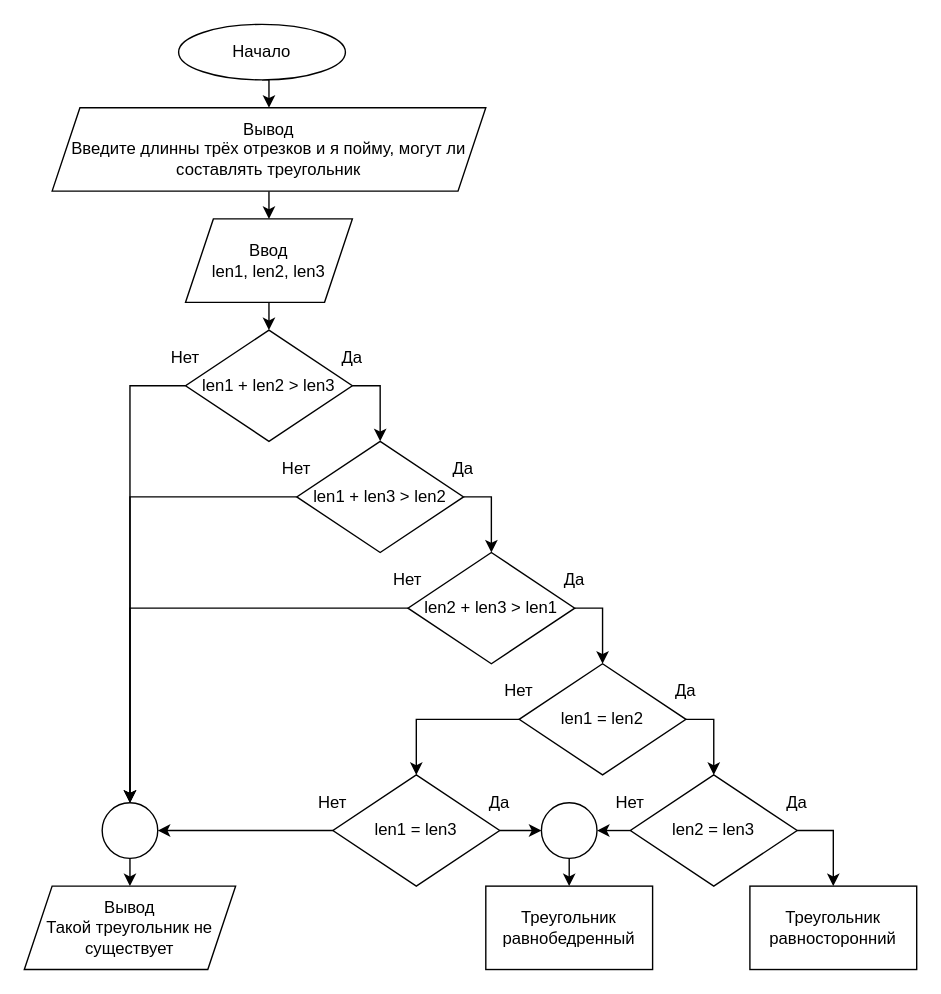
This is page "Task_6" (3 of 4) of HW_1/Untitled Diagram.drawio from grigart97/Algorithms_Python_GB, a draw.io file, before an edit. Source tidied: cells renumbered, new cells numbered last; positions are measured from the earlier drawing's top-left corner, leaving out a move shared by most shapes. Both pictures are drawn from the tidied source at 139%, with x=0, y=0 at pixel (24, 24).
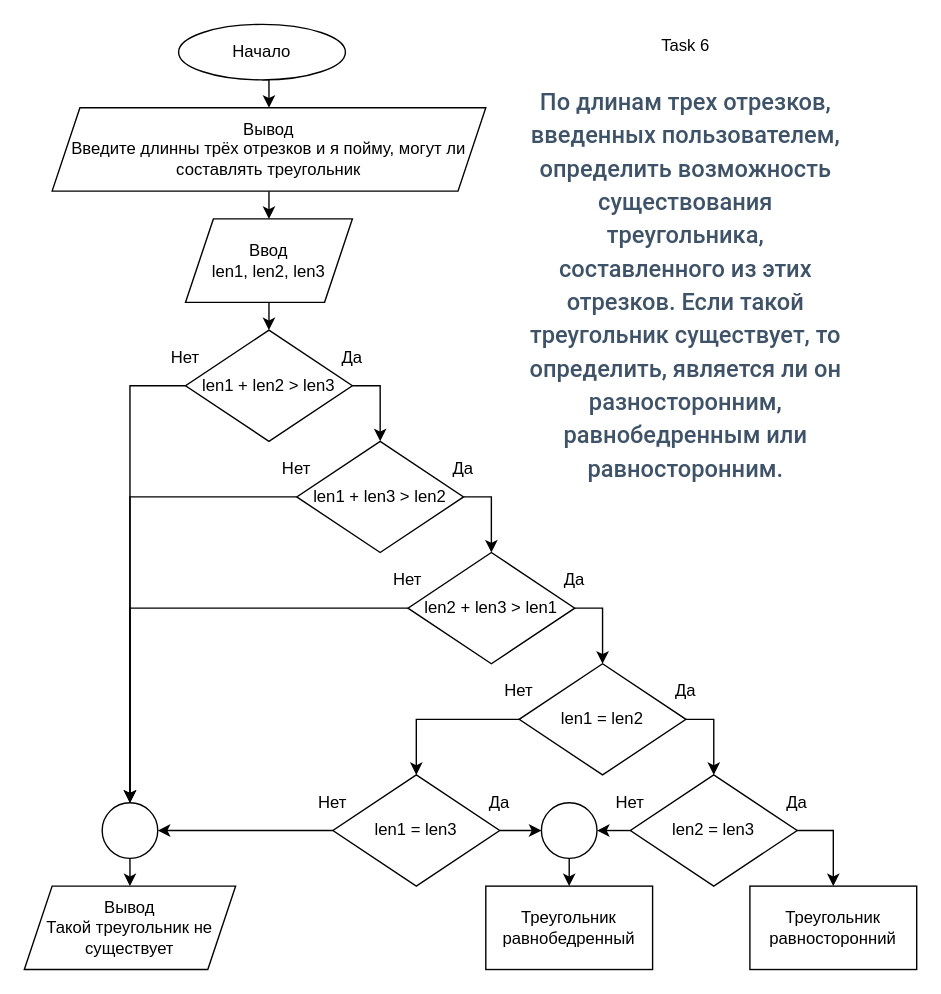
The same diagram, later.

The edit, as a diff of the source:
```diff
@@
+    <mxCell id="45" value="Task 6&lt;br&gt;&lt;h3 style=&quot;box-sizing: border-box ; font-family: &amp;#34;roboto&amp;#34; , &amp;#34;san francisco&amp;#34; , &amp;#34;helvetica neue&amp;#34; , &amp;#34;helvetica&amp;#34; , &amp;#34;arial&amp;#34; ; font-weight: 500 ; line-height: 24px ; color: rgb(63 , 83 , 104) ; margin-top: 20px ; margin-bottom: 10px ; font-size: 17px ; background-color: rgb(255 , 255 , 255)&quot;&gt;По длинам трех отрезков, введенных пользователем, определить возможность существования треугольника, составленного из этих отрезков. Если такой треугольник существует, то определить, является ли он разносторонним, равнобедренным или равносторонним.&lt;/h3&gt;" style="text;html=1;strokeColor=none;fillColor=none;align=center;verticalAlign=middle;whiteSpace=wrap;rounded=0;" parent="1" vertex="1">
+      <mxGeometry x="361" width="230" height="350" as="geometry" />
+    </mxCell>
```
